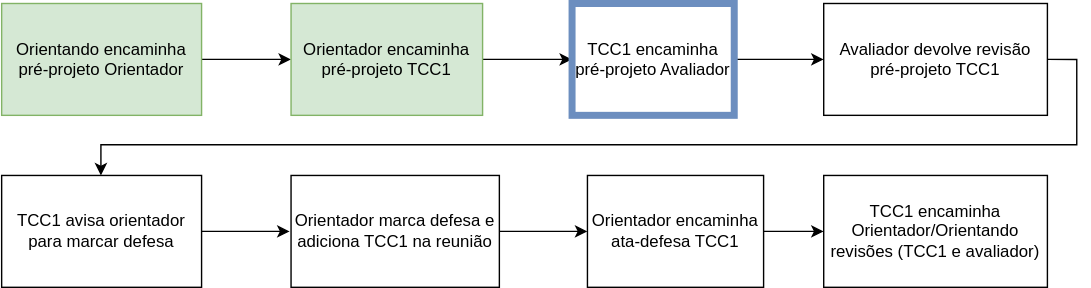
This is cronogramaBCCbanca.drawio.svg from dalton-reis/disciplina_TCC1_Privado, a draw.io export, as it was before one commit. Source tidied: cells renumbered, new cells last; positions are measured from the earlier drawing's top-left corner, leaving out a move shared by most shapes.
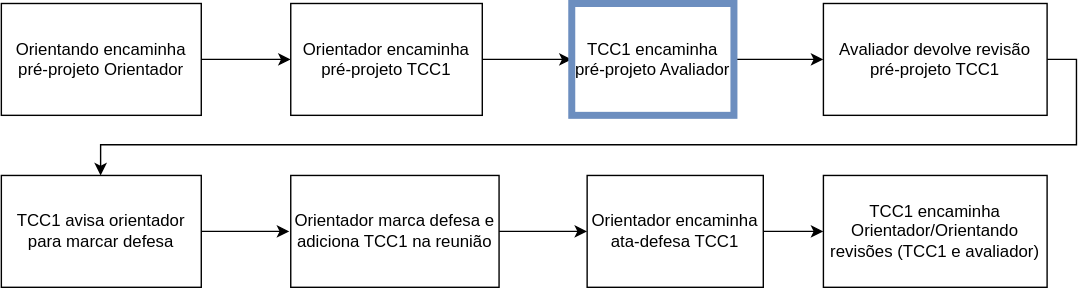
The same diagram one commit later.

The edit, as a diff of the source:
```diff
@@ -8,7 +8,7 @@
     <mxCell id="3" style="edgeStyle=orthogonalEdgeStyle;rounded=0;jettySize=auto;html=1;" parent="1" edge="1" source="4" target="11">
       <mxGeometry relative="1" as="geometry" />
     </mxCell>
-    <mxCell id="4" value="Orientando encaminha pré-projeto Orientador" style="whiteSpace=wrap;html=1;fillColor=#d5e8d4;strokeColor=#82b366;" parent="1" vertex="1">
+    <mxCell id="4" value="Orientando encaminha pré-projeto Orientador" style="whiteSpace=wrap;html=1;fillColor=default;strokeColor=default;" parent="1" vertex="1">
       <mxGeometry width="143" height="80" as="geometry" />
     </mxCell>
     <mxCell id="5" style="edgeStyle=orthogonalEdgeStyle;rounded=0;jettySize=auto;html=1;" parent="1" edge="1" source="6" target="8">
@@ -41,7 +41,7 @@
     <mxCell id="10" value="TCC1 avisa orientador para marcar defesa" style="whiteSpace=wrap;html=1;" parent="1" vertex="1">
       <mxGeometry y="123" width="143" height="80" as="geometry" />
     </mxCell>
-    <mxCell id="11" value="Orientador encaminha pré-projeto TCC1" style="whiteSpace=wrap;html=1;fillColor=#d5e8d4;strokeColor=#82b366;" parent="1" vertex="1">
+    <mxCell id="11" value="Orientador encaminha pré-projeto TCC1" style="whiteSpace=wrap;html=1;fillColor=default;strokeColor=default;" parent="1" vertex="1">
       <mxGeometry x="207" width="137" height="80" as="geometry" />
     </mxCell>
     <mxCell id="12" style="edgeStyle=orthogonalEdgeStyle;rounded=0;jettySize=auto;html=1;" parent="1" edge="1" source="13" target="15">
```
